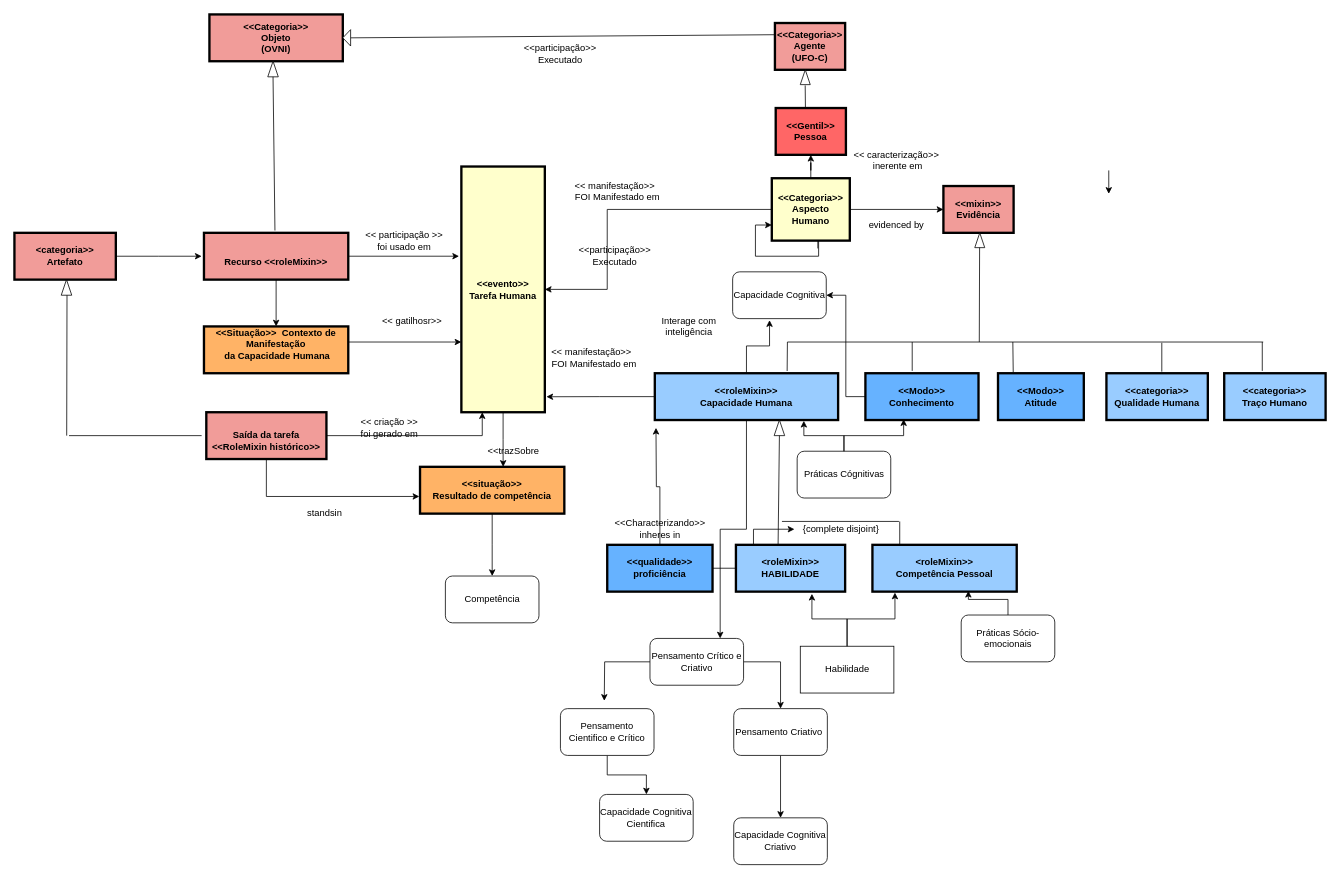
Before: Ontologia de Competencias.drawio in RosianeSangali/RosianeSangali, a draw.io diagram. Source tidied: cells renumbered, new cells numbered last; positions are measured from the earlier drawing's top-left corner, leaving out a move shared by most shapes. Both pictures are drawn from the tidied source at 78%, with x=0, y=0 at pixel (14, 14).
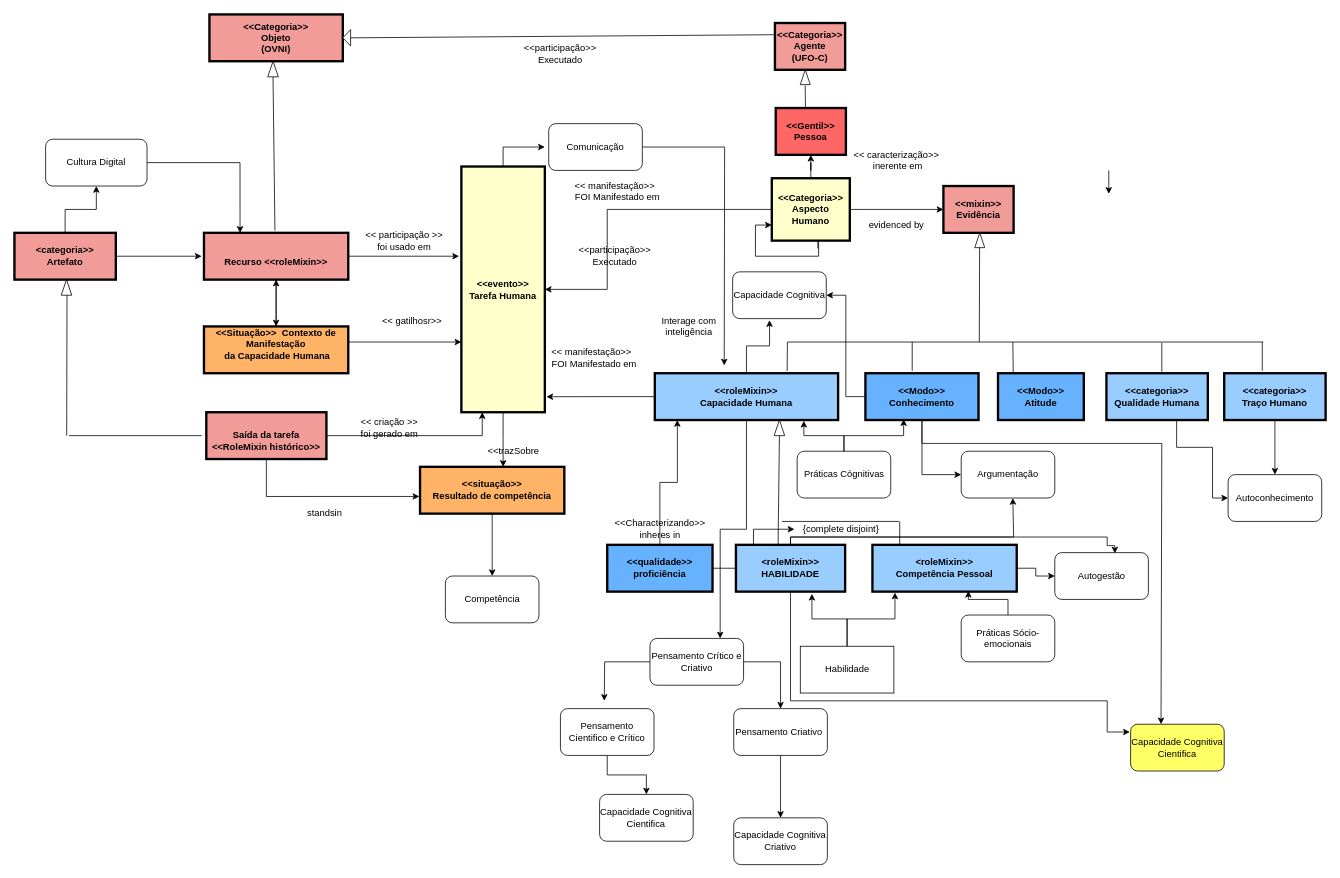
The same page after the edit.

Unchanged cells that the change refers to:
```xml
<mxCell id="2" value="&lt;&lt;evento&gt;&gt; &#10;Tarefa Humana" style="whiteSpace=wrap;align=center;verticalAlign=middle;fontStyle=1;strokeWidth=3;fillColor=#FFFFCC;" parent="1" vertex="1">
  <mxGeometry x="573" y="195" width="107" height="315" as="geometry" />
</mxCell>
<mxCell id="16" value="&lt;&lt;roleMixin&gt;&gt; &#10;Capacidade Humana" style="whiteSpace=wrap;align=center;verticalAlign=middle;fontStyle=1;strokeWidth=3;fillColor=#99CCFF;" parent="1" vertex="1">
  <mxGeometry x="821" y="460" width="235" height="60" as="geometry" />
</mxCell>
<mxCell id="18" value="&lt;&lt;Modo&gt;&gt; &#10;Conhecimento" style="whiteSpace=wrap;align=center;verticalAlign=middle;fontStyle=1;strokeWidth=3;fillColor=#66B2FF;" parent="1" vertex="1">
  <mxGeometry x="1091" y="460" width="145" height="60" as="geometry" />
</mxCell>
<mxCell id="20" value="&lt;&lt;categoria&gt;&gt; &#10;Qualidade Humana" style="whiteSpace=wrap;align=center;verticalAlign=middle;fontStyle=1;strokeWidth=3;fillColor=#99CCFF;" parent="1" vertex="1">
  <mxGeometry x="1400" y="460" width="130" height="60" as="geometry" />
</mxCell>
<mxCell id="21" value="&lt;&lt;categoria&gt;&gt; &#10;Traço Humano" style="whiteSpace=wrap;align=center;verticalAlign=middle;fontStyle=1;strokeWidth=3;fillColor=#99CCFF;" parent="1" vertex="1">
  <mxGeometry x="1551" y="460" width="130" height="60" as="geometry" />
</mxCell>
<mxCell id="24" value="&lt;&lt;qualidade&gt;&gt; &#10;proficiência" style="whiteSpace=wrap;align=center;verticalAlign=middle;fontStyle=1;strokeWidth=3;fillColor=#66B2FF;" parent="1" vertex="1">
  <mxGeometry x="760" y="680" width="135" height="60" as="geometry" />
</mxCell>
<mxCell id="25" value="&lt;roleMixin&gt;&gt; &#10;HABILIDADE" style="whiteSpace=wrap;align=center;verticalAlign=middle;fontStyle=1;strokeWidth=3;fillColor=#99CCFF;" parent="1" vertex="1">
  <mxGeometry x="925" y="680" width="140" height="60" as="geometry" />
</mxCell>
<mxCell id="26" value="&lt;roleMixin&gt;&gt; &#10;Competência Pessoal" style="whiteSpace=wrap;align=center;verticalAlign=middle;fontStyle=1;strokeWidth=3;fillColor=#99CCFF;" parent="1" vertex="1">
  <mxGeometry x="1100" y="680" width="185" height="60" as="geometry" />
</mxCell>
<mxCell id="32" value="&#10;Recurso &lt;&lt;roleMixin&gt;&gt;" style="whiteSpace=wrap;align=center;verticalAlign=middle;fontStyle=1;strokeWidth=3;fillColor=#F19C99;" parent="1" vertex="1">
  <mxGeometry x="243" y="280" width="185" height="60" as="geometry" />
</mxCell>
<mxCell id="34" value="&lt;&lt;Situação&gt;&gt;  Contexto de Manifestação &#10; da Capacidade Humana&#10;" style="whiteSpace=wrap;align=center;verticalAlign=middle;fontStyle=1;strokeWidth=3;fillColor=#FFB366;" parent="1" vertex="1">
  <mxGeometry x="243" y="400" width="185" height="60" as="geometry" />
</mxCell>
<mxCell id="36" value="&lt;categoria&gt;&gt; &#10;Artefato" style="whiteSpace=wrap;align=center;verticalAlign=middle;fontStyle=1;strokeWidth=3;fillColor=#F19C99;" parent="1" vertex="1">
  <mxGeometry y="280" width="130" height="60" as="geometry" />
</mxCell>
```

The edit, as a diff of the source:
```diff
@@
+    <mxCell id="94" style="edgeStyle=orthogonalEdgeStyle;rounded=0;jettySize=auto;html=1;" parent="1" edge="1" source="2">
+      <mxGeometry relative="1" as="geometry">
+        <mxPoint x="680" y="170" as="targetPoint" />
+        <Array as="points">
+          <mxPoint x="627" y="170" />
+        </Array>
+      </mxGeometry>
+    </mxCell>
@@
+    <mxCell id="95" style="edgeStyle=orthogonalEdgeStyle;rounded=0;jettySize=auto;html=1;" parent="1" edge="1" source="18">
+      <mxGeometry relative="1" as="geometry">
+        <mxPoint x="1470" y="910" as="targetPoint" />
+        <Array as="points">
+          <mxPoint x="1164" y="550" />
+          <mxPoint x="1471" y="550" />
+        </Array>
+      </mxGeometry>
+    </mxCell>
+    <mxCell id="96" style="edgeStyle=orthogonalEdgeStyle;rounded=0;jettySize=auto;html=1;entryX=0;entryY=0.5;entryDx=0;entryDy=0;" parent="1" edge="1" source="18" target="111">
+      <mxGeometry relative="1" as="geometry" />
+    </mxCell>
@@
+    <mxCell id="97" style="edgeStyle=orthogonalEdgeStyle;rounded=0;jettySize=auto;html=1;entryX=0;entryY=0.5;entryDx=0;entryDy=0;" parent="1" edge="1" source="20" target="112">
+      <mxGeometry relative="1" as="geometry">
+        <Array as="points">
+          <mxPoint x="1490" y="555" />
+          <mxPoint x="1536" y="555" />
+          <mxPoint x="1536" y="620" />
+        </Array>
+      </mxGeometry>
+    </mxCell>
@@
+    <mxCell id="98" style="edgeStyle=orthogonalEdgeStyle;rounded=0;jettySize=auto;html=1;" parent="1" edge="1" source="21" target="112">
+      <mxGeometry relative="1" as="geometry" />
+    </mxCell>
@@
-    <mxCell id="22" style="edgeStyle=orthogonalEdgeStyle;rounded=0;jettySize=auto;html=1;" parent="1" edge="1" source="24">
-      <mxGeometry relative="1" as="geometry">
-        <mxPoint x="822.5" y="530" as="targetPoint" />
-      </mxGeometry>
+    <mxCell id="22" style="edgeStyle=orthogonalEdgeStyle;rounded=0;jettySize=auto;html=1;entryX=0.123;entryY=1;entryDx=0;entryDy=0;entryPerimeter=0;" parent="1" edge="1" source="24" target="16">
+      <mxGeometry relative="1" as="geometry" />
     </mxCell>
@@
+    <mxCell id="99" style="edgeStyle=orthogonalEdgeStyle;rounded=0;jettySize=auto;html=1;" parent="1" edge="1" source="25">
+      <mxGeometry relative="1" as="geometry">
+        <mxPoint x="1430" y="920" as="targetPoint" />
+        <Array as="points">
+          <mxPoint x="995" y="880" />
+          <mxPoint x="1401" y="880" />
+          <mxPoint x="1401" y="920" />
+        </Array>
+      </mxGeometry>
+    </mxCell>
+    <mxCell id="100" style="edgeStyle=orthogonalEdgeStyle;rounded=0;jettySize=auto;html=1;entryX=0.642;entryY=0.017;entryDx=0;entryDy=0;entryPerimeter=0;" parent="1" edge="1" source="25" target="110">
+      <mxGeometry relative="1" as="geometry">
+        <Array as="points">
+          <mxPoint x="995" y="670" />
+          <mxPoint x="1401" y="670" />
+          <mxPoint x="1401" y="681" />
+        </Array>
+      </mxGeometry>
+    </mxCell>
+    <mxCell id="101" style="edgeStyle=orthogonalEdgeStyle;rounded=0;jettySize=auto;html=1;" parent="1" edge="1" source="25">
+      <mxGeometry relative="1" as="geometry">
+        <mxPoint x="1280" y="620" as="targetPoint" />
+        <Array as="points">
+          <mxPoint x="995" y="670" />
+          <mxPoint x="1281" y="670" />
+        </Array>
+      </mxGeometry>
+    </mxCell>
@@
+    <mxCell id="102" style="edgeStyle=orthogonalEdgeStyle;rounded=0;jettySize=auto;html=1;" parent="1" edge="1" source="26" target="110">
+      <mxGeometry relative="1" as="geometry" />
+    </mxCell>
@@
+    <mxCell id="103" style="edgeStyle=orthogonalEdgeStyle;rounded=0;jettySize=auto;html=1;" parent="1" edge="1" source="34" target="32">
+      <mxGeometry relative="1" as="geometry" />
+    </mxCell>
@@
+    <mxCell id="104" style="edgeStyle=orthogonalEdgeStyle;rounded=0;jettySize=auto;html=1;" parent="1" edge="1" source="36" target="109">
+      <mxGeometry relative="1" as="geometry" />
+    </mxCell>
@@
+    <mxCell id="105" value="Capacidade Cognitiva Cientifica" style="rounded=1;whiteSpace=wrap;html=1;fillColor=#FFFF66;" parent="1" vertex="1">
+      <mxGeometry x="1431" y="910" width="120" height="60" as="geometry" />
+    </mxCell>
+    <mxCell id="106" style="edgeStyle=orthogonalEdgeStyle;rounded=0;jettySize=auto;html=1;" parent="1" edge="1" source="107">
+      <mxGeometry relative="1" as="geometry">
+        <mxPoint x="910" y="450" as="targetPoint" />
+      </mxGeometry>
+    </mxCell>
+    <mxCell id="107" value="Comunicação" style="rounded=1;whiteSpace=wrap;html=1;" parent="1" vertex="1">
+      <mxGeometry x="685" y="140" width="120" height="60" as="geometry" />
+    </mxCell>
+    <mxCell id="108" style="edgeStyle=orthogonalEdgeStyle;rounded=0;jettySize=auto;html=1;entryX=0.25;entryY=0;entryDx=0;entryDy=0;" parent="1" edge="1" source="109" target="32">
+      <mxGeometry relative="1" as="geometry" />
+    </mxCell>
+    <mxCell id="109" value="Cultura Digital" style="rounded=1;whiteSpace=wrap;html=1;" parent="1" vertex="1">
+      <mxGeometry x="40" y="160" width="130" height="60" as="geometry" />
+    </mxCell>
+    <mxCell id="110" value="Autogestão" style="rounded=1;whiteSpace=wrap;html=1;" parent="1" vertex="1">
+      <mxGeometry x="1333.8" y="690" width="120" height="60" as="geometry" />
+    </mxCell>
+    <mxCell id="111" value="Argumentação" style="rounded=1;whiteSpace=wrap;html=1;" parent="1" vertex="1">
+      <mxGeometry x="1213.8" y="560" width="120" height="60" as="geometry" />
+    </mxCell>
+    <mxCell id="112" value="Autoconhecimento" style="rounded=1;whiteSpace=wrap;html=1;" parent="1" vertex="1">
+      <mxGeometry x="1556" y="590" width="120" height="60" as="geometry" />
+    </mxCell>
```
